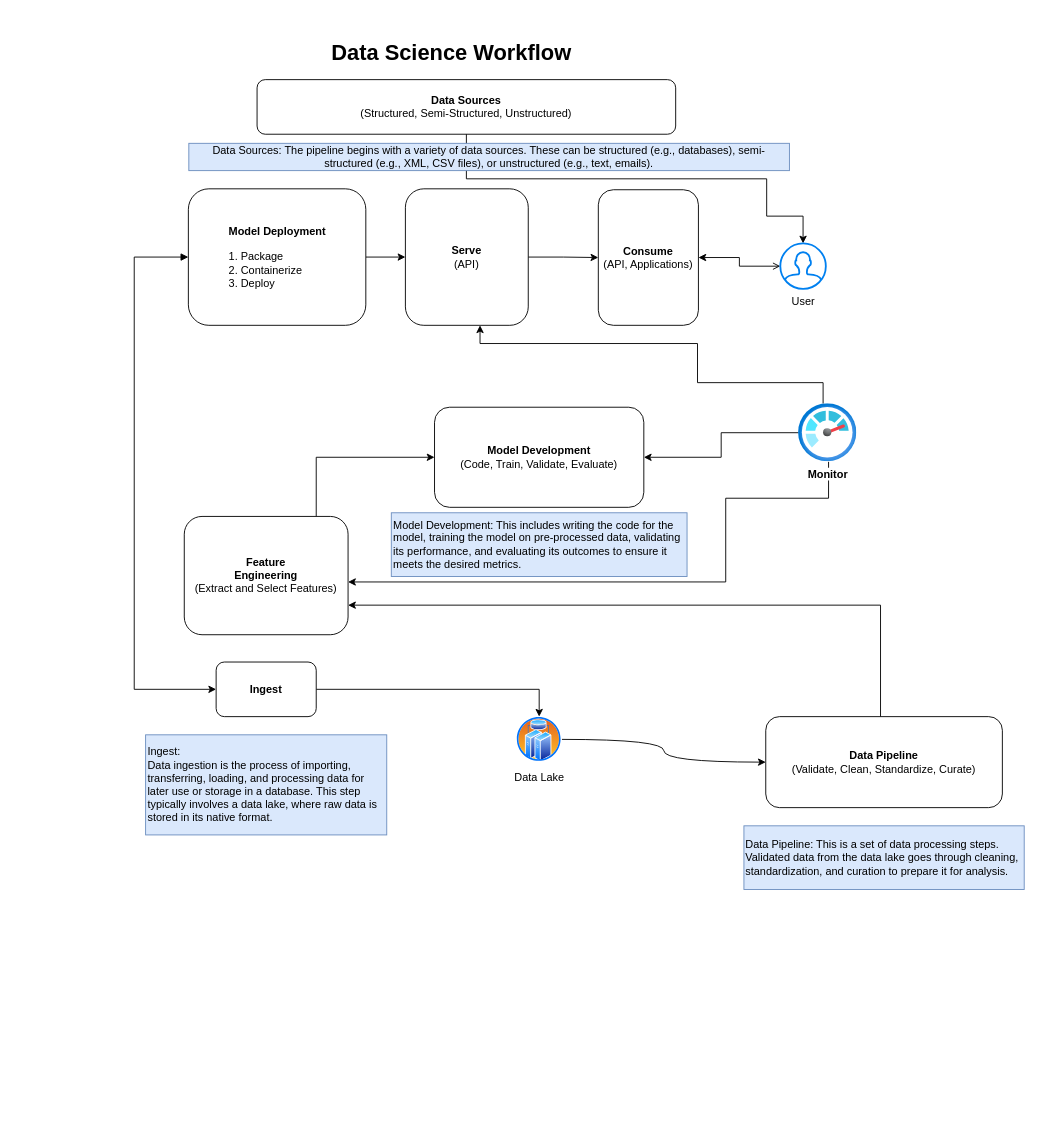
Above: data_science_workflow.drawio in denezt/data-pipeline (draw.io), before the change. Source tidied: cells renumbered, new cells numbered last; positions are measured from the earlier drawing's top-left corner, leaving out a move shared by most shapes. Both pictures are drawn from the tidied source at 91%, with x=0, y=0 at pixel (134, 34).
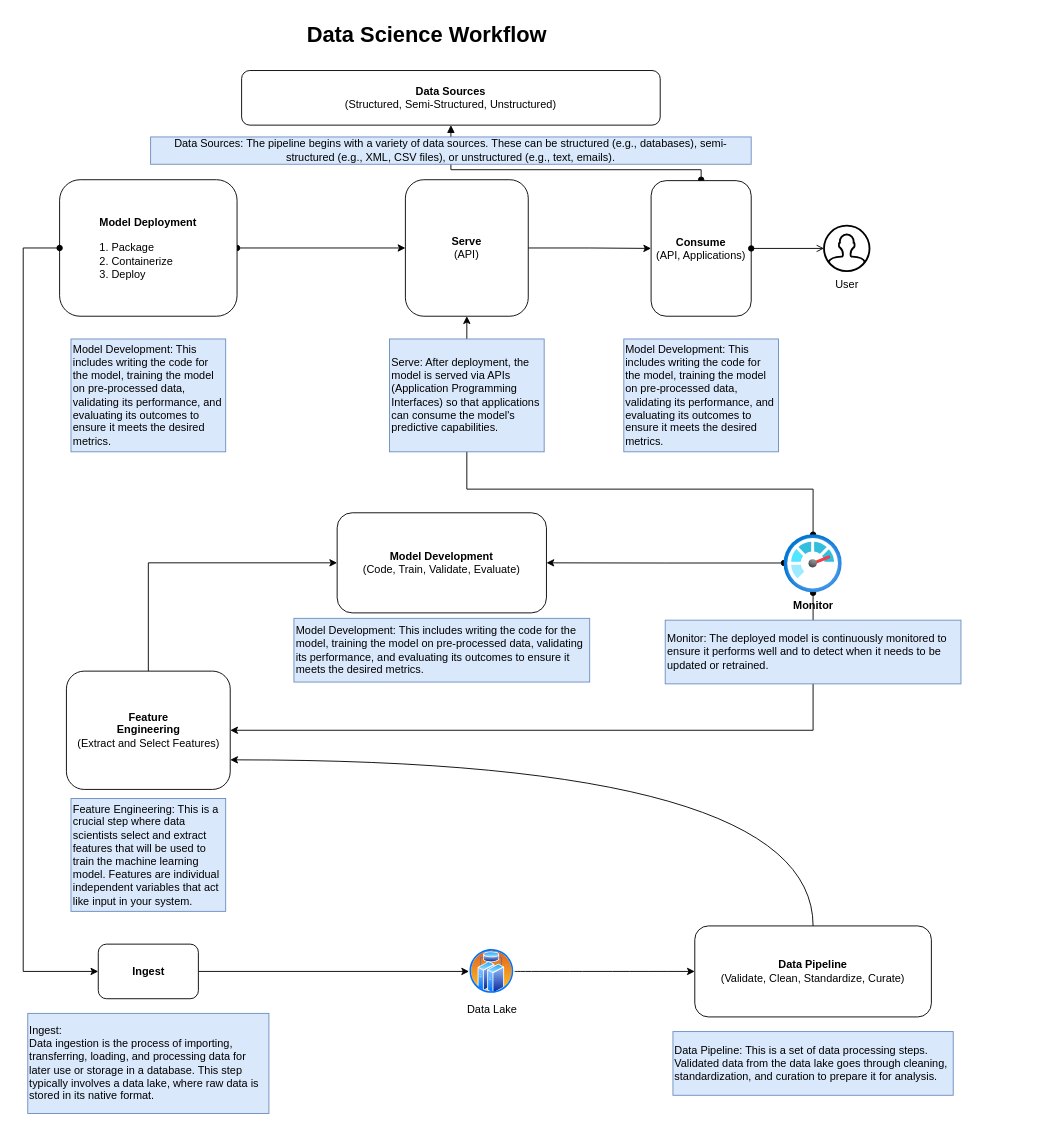
The same page after the edit.

What changed in the source:
```diff
@@
-    <mxCell id="2" value="&lt;b&gt;Data Sources&lt;/b&gt;&lt;div&gt;(Structured, Semi-Structured, Unstructured)&lt;/div&gt;" style="rounded=1;whiteSpace=wrap;html=1;" parent="1" vertex="1">
-      <mxGeometry x="135" y="50" width="460" height="60" as="geometry" />
+    <mxCell id="2" value="&lt;b&gt;Data Sources&lt;/b&gt;&lt;div&gt;(Structured, Semi-Structured, Unstructured)&lt;/div&gt;" style="rounded=1;whiteSpace=wrap;html=1;labelBackgroundColor=none;" parent="1" vertex="1">
+      <mxGeometry x="118" y="40" width="460" height="60" as="geometry" />
     </mxCell>
-    <mxCell id="3" style="edgeStyle=orthogonalEdgeStyle;rounded=0;jettySize=auto;html=1;exitX=0.5;exitY=1;exitDx=0;exitDy=0;strokeColor=default;" parent="1" edge="1" source="2" target="6">
+    <mxCell id="3" style="edgeStyle=orthogonalEdgeStyle;rounded=0;jettySize=auto;html=1;exitX=0.5;exitY=1;exitDx=0;exitDy=0;labelBackgroundColor=none;fontColor=default;startArrow=block;startFill=1;endArrow=oval;endFill=1;" parent="1" edge="1" source="2">
       <mxGeometry relative="1" as="geometry">
+        <mxPoint x="623" y="160" as="targetPoint" />
         <Array as="points">
-          <mxPoint x="365" y="159" />
-          <mxPoint x="695" y="159" />
-          <mxPoint x="695" y="200" />
-          <mxPoint x="735" y="200" />
+          <mxPoint x="348" y="149" />
+          <mxPoint x="623" y="149" />
         </Array>
       </mxGeometry>
     </mxCell>
-    <mxCell id="4" value="&lt;b&gt;Consume&lt;/b&gt;&lt;div&gt;(API, Applications)&lt;/div&gt;" style="rounded=1;whiteSpace=wrap;html=1;" parent="1" vertex="1">
-      <mxGeometry x="510" y="171" width="110" height="149" as="geometry" />
+    <mxCell id="4" value="&lt;b&gt;Consume&lt;/b&gt;&lt;div&gt;(API, Applications)&lt;/div&gt;" style="rounded=1;whiteSpace=wrap;html=1;labelBackgroundColor=none;" parent="1" vertex="1">
+      <mxGeometry x="568" y="161" width="110" height="149" as="geometry" />
     </mxCell>
-    <mxCell id="5" style="edgeStyle=orthogonalEdgeStyle;rounded=0;jettySize=auto;html=1;startArrow=open;startFill=0;" parent="1" edge="1" source="6" target="4">
+    <mxCell id="5" style="edgeStyle=orthogonalEdgeStyle;rounded=0;jettySize=auto;html=1;startArrow=open;startFill=0;labelBackgroundColor=none;fontColor=default;endArrow=oval;endFill=1;" parent="1" edge="1" source="6" target="4">
       <mxGeometry relative="1" as="geometry" />
     </mxCell>
-    <mxCell id="6" value="User" style="html=1;verticalLabelPosition=bottom;align=center;labelBackgroundColor=#ffffff;verticalAlign=top;strokeWidth=2;strokeColor=#0080F0;shadow=0;dashed=0;shape=mxgraph.ios7.icons.user;" parent="1" vertex="1">
-      <mxGeometry x="710" y="230" width="50" height="50" as="geometry" />
+    <mxCell id="6" value="User" style="html=1;verticalLabelPosition=bottom;align=center;labelBackgroundColor=none;verticalAlign=top;strokeWidth=2;shadow=0;dashed=0;shape=mxgraph.ios7.icons.user;" parent="1" vertex="1">
+      <mxGeometry x="758" y="210.5" width="50" height="50" as="geometry" />
     </mxCell>
-    <mxCell id="7" style="edgeStyle=orthogonalEdgeStyle;rounded=0;jettySize=auto;html=1;" parent="1" edge="1" source="8" target="4">
+    <mxCell id="7" style="edgeStyle=orthogonalEdgeStyle;rounded=0;jettySize=auto;html=1;labelBackgroundColor=none;fontColor=default;" parent="1" edge="1" source="8" target="4">
       <mxGeometry relative="1" as="geometry" />
     </mxCell>
-    <mxCell id="8" value="&lt;b&gt;Serve&lt;/b&gt;&lt;div&gt;(API)&lt;/div&gt;" style="rounded=1;whiteSpace=wrap;html=1;" parent="1" vertex="1">
-      <mxGeometry x="298" y="170" width="135" height="150" as="geometry" />
+    <mxCell id="8" value="&lt;b&gt;Serve&lt;/b&gt;&lt;div&gt;(API)&lt;/div&gt;" style="rounded=1;whiteSpace=wrap;html=1;labelBackgroundColor=none;" parent="1" vertex="1">
+      <mxGeometry x="298" y="160" width="135" height="150" as="geometry" />
     </mxCell>
-    <mxCell id="9" style="edgeStyle=orthogonalEdgeStyle;rounded=0;jettySize=auto;html=1;" parent="1" edge="1" source="10" target="8">
+    <mxCell id="9" style="edgeStyle=orthogonalEdgeStyle;rounded=0;jettySize=auto;html=1;labelBackgroundColor=none;fontColor=default;startArrow=oval;startFill=1;exitX=1;exitY=0.5;exitDx=0;exitDy=0;" parent="1" edge="1" source="10" target="8">
       <mxGeometry relative="1" as="geometry" />
     </mxCell>
-    <mxCell id="10" value="&lt;div style=&quot;text-align: left;&quot;&gt;&lt;span style=&quot;background-color: initial;&quot;&gt;&lt;b&gt;Model&amp;nbsp;&lt;/b&gt;&lt;/span&gt;&lt;b style=&quot;background-color: initial; text-align: center;&quot;&gt;Deployment&lt;/b&gt;&lt;/div&gt;&lt;div style=&quot;&quot;&gt;&lt;b&gt;&lt;br&gt;&lt;/b&gt;&lt;/div&gt;&lt;div style=&quot;text-align: left;&quot;&gt;1. Package&lt;/div&gt;&lt;div style=&quot;text-align: left;&quot;&gt;2. Containerize&lt;/div&gt;&lt;div style=&quot;text-align: left;&quot;&gt;3. Deploy&lt;/div&gt;" style="rounded=1;whiteSpace=wrap;html=1;" parent="1" vertex="1">
-      <mxGeometry x="59.5" y="170" width="195" height="150" as="geometry" />
+    <mxCell id="10" value="&lt;div style=&quot;text-align: left;&quot;&gt;&lt;span style=&quot;background-color: initial;&quot;&gt;&lt;b&gt;Model&amp;nbsp;&lt;/b&gt;&lt;/span&gt;&lt;b style=&quot;background-color: initial; text-align: center;&quot;&gt;Deployment&lt;/b&gt;&lt;/div&gt;&lt;div style=&quot;&quot;&gt;&lt;b&gt;&lt;br&gt;&lt;/b&gt;&lt;/div&gt;&lt;div style=&quot;text-align: left;&quot;&gt;1. Package&lt;/div&gt;&lt;div style=&quot;text-align: left;&quot;&gt;2. Containerize&lt;/div&gt;&lt;div style=&quot;text-align: left;&quot;&gt;3. Deploy&lt;/div&gt;" style="rounded=1;whiteSpace=wrap;html=1;labelBackgroundColor=none;" parent="1" vertex="1">
+      <mxGeometry x="-82" y="160" width="195" height="150" as="geometry" />
     </mxCell>
-    <mxCell id="11" value="&lt;b&gt;Model Development&lt;/b&gt;&lt;div&gt;(Code, Train, Validate, Evaluate)&lt;/div&gt;" style="rounded=1;whiteSpace=wrap;html=1;" parent="1" vertex="1">
-      <mxGeometry x="330" y="410" width="230" height="110" as="geometry" />
+    <mxCell id="11" value="&lt;b&gt;Model Development&lt;/b&gt;&lt;div&gt;(Code, Train, Validate, Evaluate)&lt;/div&gt;" style="rounded=1;whiteSpace=wrap;html=1;labelBackgroundColor=none;" parent="1" vertex="1">
+      <mxGeometry x="223" y="526" width="230" height="110" as="geometry" />
     </mxCell>
-    <mxCell id="12" style="edgeStyle=orthogonalEdgeStyle;rounded=0;jettySize=auto;html=1;entryX=0;entryY=0.5;entryDx=0;entryDy=0;" parent="1" edge="1" source="13" target="11">
-      <mxGeometry relative="1" as="geometry">
-        <Array as="points">
-          <mxPoint x="200" y="465" />
-        </Array>
-      </mxGeometry>
+    <mxCell id="12" style="edgeStyle=orthogonalEdgeStyle;rounded=0;jettySize=auto;html=1;entryX=0;entryY=0.5;entryDx=0;entryDy=0;exitX=0.5;exitY=0;exitDx=0;exitDy=0;labelBackgroundColor=none;fontColor=default;" parent="1" edge="1" source="13" target="11">
+      <mxGeometry relative="1" as="geometry" />
     </mxCell>
-    <mxCell id="13" value="&lt;b&gt;Feature&lt;/b&gt;&lt;div&gt;&lt;b&gt;Engineering&lt;/b&gt;&lt;/div&gt;&lt;div&gt;(Extract and Select Features)&lt;/div&gt;" style="rounded=1;whiteSpace=wrap;html=1;" parent="1" vertex="1">
-      <mxGeometry x="55" y="530" width="180" height="130" as="geometry" />
+    <mxCell id="13" value="&lt;b&gt;Feature&lt;/b&gt;&lt;div&gt;&lt;b&gt;Engineering&lt;/b&gt;&lt;/div&gt;&lt;div&gt;(Extract and Select Features)&lt;/div&gt;" style="rounded=1;whiteSpace=wrap;html=1;labelBackgroundColor=none;" parent="1" vertex="1">
+      <mxGeometry x="-74.5" y="700" width="180" height="130" as="geometry" />
     </mxCell>
+    <mxCell id="15" style="edgeStyle=orthogonalEdgeStyle;rounded=0;jettySize=auto;html=1;entryX=1;entryY=0.5;entryDx=0;entryDy=0;exitX=0;exitY=0.487;exitDx=0;exitDy=0;exitPerimeter=0;labelBackgroundColor=none;fontColor=default;startArrow=oval;startFill=1;" parent="1" edge="1" source="17" target="11">
+      <mxGeometry relative="1" as="geometry" />
+    </mxCell>
-    <mxCell id="14" style="edgeStyle=orthogonalEdgeStyle;rounded=0;jettySize=auto;html=1;exitX=0.422;exitY=0;exitDx=0;exitDy=0;exitPerimeter=0;" parent="1" edge="1" source="17" target="8">
+    <mxCell id="14" style="edgeStyle=orthogonalEdgeStyle;rounded=0;jettySize=auto;html=1;entryX=0.5;entryY=1;entryDx=0;entryDy=0;labelBackgroundColor=none;fontColor=default;startArrow=oval;startFill=1;" parent="1" edge="1" source="17" target="8">
       <mxGeometry relative="1" as="geometry">
         <Array as="points">
-          <mxPoint x="619" y="383" />
-          <mxPoint x="619" y="340" />
-          <mxPoint x="380" y="340" />
+          <mxPoint x="746" y="500" />
+          <mxPoint x="366" y="500" />
         </Array>
       </mxGeometry>
     </mxCell>
-    <mxCell id="15" style="edgeStyle=orthogonalEdgeStyle;rounded=0;jettySize=auto;html=1;entryX=1;entryY=0.5;entryDx=0;entryDy=0;" parent="1" edge="1" source="17" target="11">
-      <mxGeometry relative="1" as="geometry" />
-    </mxCell>
-    <mxCell id="16" style="rounded=0;jettySize=auto;html=1;entryX=1;entryY=0.554;entryDx=0;entryDy=0;edgeStyle=orthogonalEdgeStyle;entryPerimeter=0;exitX=0.516;exitY=1;exitDx=0;exitDy=0;exitPerimeter=0;" parent="1" edge="1" source="17" target="13">
+    <mxCell id="16" style="edgeStyle=orthogonalEdgeStyle;rounded=0;jettySize=auto;html=1;entryX=1;entryY=0.5;entryDx=0;entryDy=0;labelBackgroundColor=none;fontColor=default;startArrow=oval;startFill=1;" parent="1" edge="1" source="17" target="13">
       <mxGeometry relative="1" as="geometry">
         <Array as="points">
-          <mxPoint x="763" y="510" />
-          <mxPoint x="650" y="510" />
-          <mxPoint x="650" y="602" />
+          <mxPoint x="746" y="765" />
         </Array>
       </mxGeometry>
     </mxCell>
-    <mxCell id="17" value="&lt;b&gt;Monitor&lt;/b&gt;" style="image;html=1;points=[];align=center;fontSize=12;image=img/lib/azure2/management_governance/Monitor.svg;" parent="1" vertex="1">
-      <mxGeometry x="730" y="406" width="64" height="64" as="geometry" />
+    <mxCell id="17" value="&lt;b&gt;Monitor&lt;/b&gt;" style="image;html=1;points=[];align=center;fontSize=12;image=img/lib/azure2/management_governance/Monitor.svg;labelBackgroundColor=none;" parent="1" vertex="1">
+      <mxGeometry x="714" y="550" width="64" height="64" as="geometry" />
     </mxCell>
-    <mxCell id="18" style="edgeStyle=orthogonalEdgeStyle;rounded=0;jettySize=auto;html=1;entryX=1;entryY=0.75;entryDx=0;entryDy=0;exitX=0.485;exitY=0;exitDx=0;exitDy=0;exitPerimeter=0;" parent="1" edge="1" source="19" target="13">
+    <mxCell id="18" style="edgeStyle=orthogonalEdgeStyle;rounded=0;jettySize=auto;html=1;entryX=1;entryY=0.75;entryDx=0;entryDy=0;exitX=0.5;exitY=0;exitDx=0;exitDy=0;labelBackgroundColor=none;fontColor=default;curved=1;" parent="1" edge="1" source="19" target="13">
       <mxGeometry relative="1" as="geometry" />
     </mxCell>
-    <mxCell id="19" value="&lt;b&gt;Data Pipeline&lt;/b&gt;&lt;div&gt;(Validate, Clean, Standardize, Curate)&lt;/div&gt;" style="rounded=1;whiteSpace=wrap;html=1;" parent="1" vertex="1">
-      <mxGeometry x="694" y="750" width="260" height="100" as="geometry" />
+    <mxCell id="19" value="&lt;b&gt;Data Pipeline&lt;/b&gt;&lt;div&gt;(Validate, Clean, Standardize, Curate)&lt;/div&gt;" style="rounded=1;whiteSpace=wrap;html=1;labelBackgroundColor=none;" parent="1" vertex="1">
+      <mxGeometry x="616" y="980" width="260" height="100" as="geometry" />
     </mxCell>
-    <mxCell id="20" style="edgeStyle=orthogonalEdgeStyle;rounded=0;jettySize=auto;html=1;entryX=0.5;entryY=0;entryDx=0;entryDy=0;" parent="1" edge="1" source="21" target="23">
+    <mxCell id="20" style="edgeStyle=orthogonalEdgeStyle;rounded=0;jettySize=auto;html=1;entryX=0;entryY=0.5;entryDx=0;entryDy=0;labelBackgroundColor=none;fontColor=default;" parent="1" edge="1" source="21" target="23">
       <mxGeometry relative="1" as="geometry" />
     </mxCell>
-    <mxCell id="21" value="&lt;b&gt;Ingest&lt;/b&gt;" style="rounded=1;whiteSpace=wrap;html=1;" parent="1" vertex="1">
-      <mxGeometry x="90" y="690" width="110" height="60" as="geometry" />
+    <mxCell id="21" value="&lt;b&gt;Ingest&lt;/b&gt;" style="rounded=1;whiteSpace=wrap;html=1;labelBackgroundColor=none;" parent="1" vertex="1">
+      <mxGeometry x="-39.5" y="1000" width="110" height="60" as="geometry" />
     </mxCell>
-    <mxCell id="22" style="edgeStyle=orthogonalEdgeStyle;rounded=0;jettySize=auto;html=1;curved=1;exitX=1;exitY=0.5;exitDx=0;exitDy=0;" parent="1" edge="1" source="23" target="19">
+    <mxCell id="22" style="edgeStyle=orthogonalEdgeStyle;rounded=0;jettySize=auto;html=1;curved=1;exitX=1;exitY=0.5;exitDx=0;exitDy=0;labelBackgroundColor=none;fontColor=default;entryX=0;entryY=0.5;entryDx=0;entryDy=0;" parent="1" edge="1" source="23" target="19">
       <mxGeometry relative="1" as="geometry" />
     </mxCell>
-    <mxCell id="23" value="Data Lake" style="image;perimeter=ellipsePerimeter;html=1;align=center;shadow=0;dashed=0;spacingTop=3;image=img/lib/active_directory/cluster_server.svg;" parent="1" vertex="1">
-      <mxGeometry x="420" y="750" width="50" height="50" as="geometry" />
+    <mxCell id="23" value="Data Lake" style="image;perimeter=ellipsePerimeter;html=1;align=center;shadow=0;dashed=0;spacingTop=3;image=img/lib/active_directory/cluster_server.svg;labelBackgroundColor=none;" parent="1" vertex="1">
+      <mxGeometry x="368" y="1005" width="50" height="50" as="geometry" />
     </mxCell>
-    <mxCell id="24" style="edgeStyle=orthogonalEdgeStyle;rounded=0;jettySize=auto;html=1;entryX=0;entryY=0.5;entryDx=0;entryDy=0;exitX=0;exitY=0.5;exitDx=0;exitDy=0;startArrow=block;startFill=1;" parent="1" edge="1" source="10" target="21">
+    <mxCell id="24" style="edgeStyle=orthogonalEdgeStyle;rounded=0;jettySize=auto;html=1;entryX=0;entryY=0.5;entryDx=0;entryDy=0;startArrow=oval;startFill=1;labelBackgroundColor=none;fontColor=default;exitX=0;exitY=0.5;exitDx=0;exitDy=0;strokeColor=default;" parent="1" edge="1" source="10" target="21">
       <mxGeometry relative="1" as="geometry">
         <Array as="points">
-          <mxPoint y="245" />
-          <mxPoint y="720" />
+          <mxPoint x="-122" y="235" />
+          <mxPoint x="-122" y="1030" />
         </Array>
       </mxGeometry>
     </mxCell>
-    <mxCell id="25" value="&lt;h1 style=&quot;margin-top: 0px;&quot;&gt;Data Science Workflow&amp;nbsp;&lt;/h1&gt;&lt;div&gt;&lt;br&gt;&lt;/div&gt;&lt;p&gt;&lt;br&gt;&lt;/p&gt;" style="text;html=1;whiteSpace=wrap;overflow=hidden;rounded=0;" parent="1" vertex="1">
-      <mxGeometry x="215" width="300" height="40" as="geometry" />
+    <mxCell id="25" value="&lt;h1 style=&quot;margin-top: 0px;&quot;&gt;Data Science Workflow&amp;nbsp;&lt;/h1&gt;&lt;div&gt;&lt;br&gt;&lt;/div&gt;&lt;p&gt;&lt;br&gt;&lt;/p&gt;" style="text;html=1;whiteSpace=wrap;overflow=hidden;rounded=0;labelBackgroundColor=none;" parent="1" vertex="1">
+      <mxGeometry x="188" y="-20" width="300" height="40" as="geometry" />
     </mxCell>
-    <mxCell id="26" value="Data Sources: The pipeline begins with a variety of data sources. These can be structured (e.g., databases), semi-structured (e.g., XML, CSV files), or unstructured (e.g., text, emails)." style="text;html=1;align=center;verticalAlign=middle;whiteSpace=wrap;rounded=0;fillColor=#dae8fc;strokeColor=#6c8ebf;" parent="1" vertex="1">
-      <mxGeometry x="60" y="120" width="660" height="30" as="geometry" />
+    <mxCell id="26" value="Data Sources: The pipeline begins with a variety of data sources. These can be structured (e.g., databases), semi-structured (e.g., XML, CSV files), or unstructured (e.g., text, emails)." style="text;html=1;align=center;verticalAlign=middle;whiteSpace=wrap;rounded=0;labelBackgroundColor=none;fillColor=#dae8fc;strokeColor=#6c8ebf;" parent="1" vertex="1">
+      <mxGeometry x="18" y="113" width="660" height="30" as="geometry" />
     </mxCell>
-    <mxCell id="27" value="&lt;div style=&quot;&quot;&gt;&lt;span style=&quot;background-color: initial;&quot;&gt;Ingest:&amp;nbsp;&lt;/span&gt;&lt;/div&gt;&lt;div style=&quot;&quot;&gt;&lt;span style=&quot;background-color: initial;&quot;&gt;Data ingestion is the process of importing, transferring, loading, and processing data for later use or storage in a database. This step typically involves a data lake, where raw data is stored in its native format.&lt;/span&gt;&lt;/div&gt;" style="text;html=1;align=left;verticalAlign=middle;whiteSpace=wrap;rounded=0;fillColor=#dae8fc;strokeColor=#6c8ebf;" parent="1" vertex="1">
-      <mxGeometry x="12.5" y="770" width="265" height="110" as="geometry" />
+    <mxCell id="27" value="&lt;div style=&quot;&quot;&gt;&lt;span style=&quot;background-color: initial;&quot;&gt;Ingest:&amp;nbsp;&lt;/span&gt;&lt;/div&gt;&lt;div style=&quot;&quot;&gt;&lt;span style=&quot;background-color: initial;&quot;&gt;Data ingestion is the process of importing, transferring, loading, and processing data for later use or storage in a database. This step typically involves a data lake, where raw data is stored in its native format.&lt;/span&gt;&lt;/div&gt;" style="text;html=1;align=left;verticalAlign=middle;whiteSpace=wrap;rounded=0;labelBackgroundColor=none;fillColor=#dae8fc;strokeColor=#6c8ebf;" parent="1" vertex="1">
+      <mxGeometry x="-117" y="1076.1" width="265" height="110" as="geometry" />
     </mxCell>
-    <mxCell id="28" value="&lt;div style=&quot;&quot;&gt;Data Pipeline: This is a set of data processing steps. Validated data from the data lake goes through cleaning, standardization, and curation to prepare it for analysis.&lt;br&gt;&lt;/div&gt;" style="text;html=1;align=left;verticalAlign=middle;whiteSpace=wrap;rounded=0;fillColor=#dae8fc;strokeColor=#6c8ebf;" parent="1" vertex="1">
-      <mxGeometry x="670" y="870" width="308" height="70" as="geometry" />
+    <mxCell id="28" value="&lt;div style=&quot;&quot;&gt;Data Pipeline: This is a set of data processing steps. Validated data from the data lake goes through cleaning, standardization, and curation to prepare it for analysis.&lt;br&gt;&lt;/div&gt;" style="text;html=1;align=left;verticalAlign=middle;whiteSpace=wrap;rounded=0;labelBackgroundColor=none;fillColor=#dae8fc;strokeColor=#6c8ebf;" parent="1" vertex="1">
+      <mxGeometry x="592" y="1096.1" width="308" height="70" as="geometry" />
     </mxCell>
-    <mxCell id="29" value="&lt;div style=&quot;&quot;&gt;Model Development: This includes writing the code for the model, training the model on pre-processed data, validating its performance, and evaluating its outcomes to ensure it meets the desired metrics.&lt;br&gt;&lt;/div&gt;" style="text;html=1;align=left;verticalAlign=middle;whiteSpace=wrap;rounded=0;fillColor=#dae8fc;strokeColor=#6c8ebf;" parent="1" vertex="1">
-      <mxGeometry x="282.5" y="526" width="325" height="70" as="geometry" />
+    <mxCell id="29" value="&lt;div style=&quot;&quot;&gt;Model Development: This includes writing the code for the model, training the model on pre-processed data, validating its performance, and evaluating its outcomes to ensure it meets the desired metrics.&lt;br&gt;&lt;/div&gt;" style="text;html=1;align=left;verticalAlign=middle;whiteSpace=wrap;rounded=0;labelBackgroundColor=none;fillColor=#dae8fc;strokeColor=#6c8ebf;" parent="1" vertex="1">
+      <mxGeometry x="175.5" y="642" width="325" height="70" as="geometry" />
     </mxCell>
-    <mxCell id="30" style="edgeStyle=orthogonalEdgeStyle;rounded=0;orthogonalLoop=1;jettySize=auto;html=1;exitX=0.5;exitY=1;exitDx=0;exitDy=0;" parent="1" edge="1" source="29" target="29">
+    <mxCell id="30" style="edgeStyle=orthogonalEdgeStyle;rounded=0;orthogonalLoop=1;jettySize=auto;html=1;exitX=0.5;exitY=1;exitDx=0;exitDy=0;labelBackgroundColor=none;fontColor=default;" parent="1" edge="1" source="29" target="29">
       <mxGeometry relative="1" as="geometry" />
     </mxCell>
+    <mxCell id="31" value="&lt;div style=&quot;&quot;&gt;Model Development: This includes writing the code for the model, training the model on pre-processed data, validating its performance, and evaluating its outcomes to ensure it meets the desired metrics.&lt;br&gt;&lt;/div&gt;" style="text;html=1;align=left;verticalAlign=middle;whiteSpace=wrap;rounded=0;labelBackgroundColor=none;fillColor=#dae8fc;strokeColor=#6c8ebf;" parent="1" vertex="1">
+      <mxGeometry x="-69.5" y="335" width="170" height="124" as="geometry" />
+    </mxCell>
+    <mxCell id="32" value="&lt;div style=&quot;&quot;&gt;Feature Engineering: This is a crucial step where data scientists select and extract features that will be used to train the machine learning model. Features are individual independent variables that act like input in your system.&lt;br&gt;&lt;/div&gt;" style="text;html=1;align=left;verticalAlign=middle;whiteSpace=wrap;rounded=0;labelBackgroundColor=none;fillColor=#dae8fc;strokeColor=#6c8ebf;" parent="1" vertex="1">
+      <mxGeometry x="-69.5" y="840" width="170" height="124" as="geometry" />
+    </mxCell>
+    <mxCell id="33" value="&lt;div style=&quot;&quot;&gt;Model Development: This includes writing the code for the model, training the model on pre-processed data, validating its performance, and evaluating its outcomes to ensure it meets the desired metrics.&lt;br&gt;&lt;/div&gt;" style="text;html=1;align=left;verticalAlign=middle;whiteSpace=wrap;rounded=0;labelBackgroundColor=none;fillColor=#dae8fc;strokeColor=#6c8ebf;" parent="1" vertex="1">
+      <mxGeometry x="538" y="335" width="170" height="124" as="geometry" />
+    </mxCell>
+    <mxCell id="34" value="&lt;div style=&quot;&quot;&gt;Serve: After deployment, the model is served via APIs (Application Programming Interfaces) so that applications can consume the model's predictive capabilities.&lt;br&gt;&lt;/div&gt;" style="text;html=1;align=left;verticalAlign=middle;whiteSpace=wrap;rounded=0;labelBackgroundColor=none;fillColor=#dae8fc;strokeColor=#6c8ebf;" parent="1" vertex="1">
+      <mxGeometry x="280.5" y="335" width="170" height="124" as="geometry" />
+    </mxCell>
+    <mxCell id="35" value="&lt;div style=&quot;&quot;&gt;Monitor: The deployed model is continuously monitored to ensure it performs well and to detect when it needs to be updated or retrained.&lt;br&gt;&lt;/div&gt;" style="text;html=1;align=left;verticalAlign=middle;whiteSpace=wrap;rounded=0;labelBackgroundColor=none;fillColor=#dae8fc;strokeColor=#6c8ebf;" parent="1" vertex="1">
+      <mxGeometry x="583.5" y="644" width="325" height="70" as="geometry" />
+    </mxCell>
```
